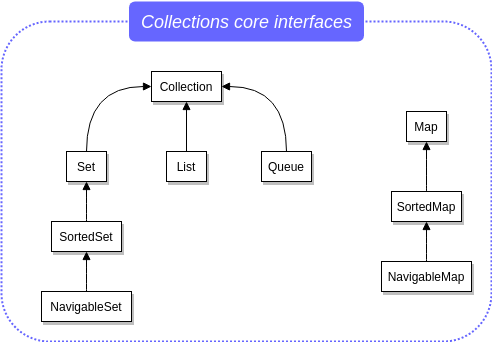
giuseppeiacono/OCP-Java-SE-8 keeps this draw.io diagram as generics_and_collections/readme_resources/collections-core-interfaces.png. Above is the earlier version. Source tidied: cells renumbered, new cells last; positions are measured from the earlier drawing's top-left corner, leaving out a move shared by most shapes. Its diagram source:
```xml
<mxGraphModel>
  <root>
    <mxCell id="0" />
    <mxCell id="1" parent="0" />
    <mxCell id="2" style="rounded=1;whiteSpace=wrap;html=1;shadow=0;fontSize=22;dashed=1;dashPattern=1 1;strokeColor=#6666FF;strokeWidth=2;" parent="1" vertex="1">
      <mxGeometry y="20" width="490" height="320" as="geometry" />
    </mxCell>
    <mxCell id="3" value="Collection" style="rounded=0;whiteSpace=wrap;html=1;shadow=1;" parent="1" vertex="1">
      <mxGeometry x="150" y="70" width="70" height="30" as="geometry" />
    </mxCell>
    <mxCell id="4" style="edgeStyle=orthogonalEdgeStyle;rounded=0;jettySize=auto;html=1;entryX=0.5;entryY=1;entryDx=0;entryDy=0;endArrow=block;endFill=1;fontSize=26;" parent="1" edge="1" source="5" target="3">
      <mxGeometry relative="1" as="geometry" />
    </mxCell>
    <mxCell id="5" value="List" style="rounded=0;whiteSpace=wrap;html=1;shadow=1;" parent="1" vertex="1">
      <mxGeometry x="165" y="150" width="40" height="30" as="geometry" />
    </mxCell>
    <mxCell id="6" style="edgeStyle=orthogonalEdgeStyle;jettySize=auto;html=1;entryX=1;entryY=0.5;entryDx=0;entryDy=0;fontSize=26;exitX=0.5;exitY=0;exitDx=0;exitDy=0;endArrow=block;endFill=1;curved=1;" parent="1" edge="1" source="7" target="3">
      <mxGeometry relative="1" as="geometry" />
    </mxCell>
    <mxCell id="7" value="Queue" style="rounded=0;whiteSpace=wrap;html=1;shadow=1;" parent="1" vertex="1">
      <mxGeometry x="260" y="150" width="50" height="30" as="geometry" />
    </mxCell>
    <mxCell id="8" value="Map" style="rounded=0;whiteSpace=wrap;html=1;shadow=1;" parent="1" vertex="1">
      <mxGeometry x="405" y="110" width="40" height="30" as="geometry" />
    </mxCell>
    <mxCell id="9" style="edgeStyle=orthogonalEdgeStyle;jettySize=auto;html=1;entryX=0;entryY=0.5;entryDx=0;entryDy=0;endArrow=block;endFill=1;fontSize=26;exitX=0.5;exitY=0;exitDx=0;exitDy=0;curved=1;" parent="1" edge="1" source="10" target="3">
      <mxGeometry relative="1" as="geometry" />
    </mxCell>
    <mxCell id="10" value="Set" style="rounded=0;whiteSpace=wrap;html=1;shadow=1;" parent="1" vertex="1">
      <mxGeometry x="65" y="150" width="40" height="30" as="geometry" />
    </mxCell>
    <mxCell id="11" style="edgeStyle=orthogonalEdgeStyle;curved=1;jettySize=auto;html=1;entryX=0.5;entryY=1;entryDx=0;entryDy=0;endArrow=block;endFill=1;fontSize=26;" parent="1" edge="1" source="12" target="18">
      <mxGeometry relative="1" as="geometry" />
    </mxCell>
    <mxCell id="12" value="NavigableSet" style="rounded=0;whiteSpace=wrap;html=1;shadow=1;" parent="1" vertex="1">
      <mxGeometry x="40" y="290" width="90" height="30" as="geometry" />
    </mxCell>
    <mxCell id="13" style="edgeStyle=orthogonalEdgeStyle;curved=1;jettySize=auto;html=1;entryX=0.5;entryY=1;entryDx=0;entryDy=0;endArrow=block;endFill=1;fontSize=26;" parent="1" edge="1" source="14" target="16">
      <mxGeometry relative="1" as="geometry" />
    </mxCell>
    <mxCell id="14" value="NavigableMap" style="rounded=0;whiteSpace=wrap;html=1;shadow=1;" parent="1" vertex="1">
      <mxGeometry x="380" y="260" width="90" height="30" as="geometry" />
    </mxCell>
    <mxCell id="15" style="edgeStyle=orthogonalEdgeStyle;curved=1;jettySize=auto;html=1;entryX=0.5;entryY=1;entryDx=0;entryDy=0;endArrow=block;endFill=1;fontSize=26;" parent="1" edge="1" source="16" target="8">
      <mxGeometry relative="1" as="geometry" />
    </mxCell>
    <mxCell id="16" value="SortedMap" style="rounded=0;whiteSpace=wrap;html=1;shadow=1;" parent="1" vertex="1">
      <mxGeometry x="390" y="190" width="70" height="30" as="geometry" />
    </mxCell>
    <mxCell id="17" style="edgeStyle=orthogonalEdgeStyle;curved=1;jettySize=auto;html=1;entryX=0.5;entryY=1;entryDx=0;entryDy=0;endArrow=block;endFill=1;fontSize=26;" parent="1" edge="1" source="18" target="10">
      <mxGeometry relative="1" as="geometry" />
    </mxCell>
    <mxCell id="18" value="SortedSet" style="rounded=0;whiteSpace=wrap;html=1;shadow=1;" parent="1" vertex="1">
      <mxGeometry x="50" y="220" width="70" height="30" as="geometry" />
    </mxCell>
    <mxCell id="19" value="&lt;div&gt;&lt;span style=&quot;color: rgb(255 , 255 , 255) ; font-style: italic ; font-weight: 400 ; letter-spacing: normal ; text-indent: 0px ; text-transform: none ; word-spacing: 0px ; float: none ; display: inline&quot;&gt;&lt;font style=&quot;font-size: 18px&quot;&gt;&amp;nbsp;Collections core interfaces&amp;nbsp;&lt;/font&gt;&lt;/span&gt;&lt;/div&gt;" style="rounded=1;whiteSpace=wrap;html=1;shadow=0;dashed=1;dashPattern=1 1;labelBackgroundColor=none;strokeColor=none;strokeWidth=2;fillColor=#6666FF;fontFamily=Helvetica;fontSize=19;fontColor=#FFFFFF;verticalAlign=middle;align=center;" parent="1" vertex="1">
      <mxGeometry x="127.5" width="235" height="40" as="geometry" />
    </mxCell>
  </root>
</mxGraphModel>
```
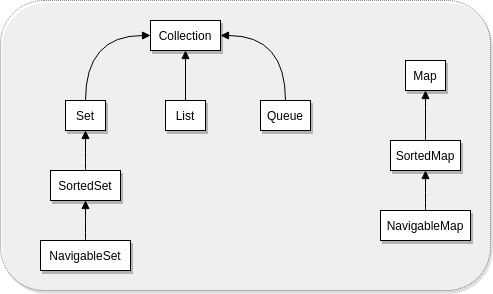
After the change.

The edit, as a diff of the source:
```diff
@@ -2,8 +2,8 @@
   <root>
     <mxCell id="0" />
     <mxCell id="1" parent="0" />
-    <mxCell id="2" style="rounded=1;whiteSpace=wrap;html=1;shadow=0;fontSize=22;dashed=1;dashPattern=1 1;strokeColor=#6666FF;strokeWidth=2;" parent="1" vertex="1">
-      <mxGeometry y="20" width="490" height="320" as="geometry" />
+    <mxCell id="2" style="rounded=1;whiteSpace=wrap;html=1;shadow=1;fontSize=22;dashed=1;dashPattern=1 1;strokeColor=#000000;strokeWidth=1;opacity=50;" parent="1" vertex="1">
+      <mxGeometry y="50" width="490" height="290" as="geometry" />
     </mxCell>
     <mxCell id="3" value="Collection" style="rounded=0;whiteSpace=wrap;html=1;shadow=1;" parent="1" vertex="1">
       <mxGeometry x="150" y="70" width="70" height="30" as="geometry" />
@@ -53,8 +53,5 @@
     <mxCell id="18" value="SortedSet" style="rounded=0;whiteSpace=wrap;html=1;shadow=1;" parent="1" vertex="1">
       <mxGeometry x="50" y="220" width="70" height="30" as="geometry" />
     </mxCell>
-    <mxCell id="19" value="&lt;div&gt;&lt;span style=&quot;color: rgb(255 , 255 , 255) ; font-style: italic ; font-weight: 400 ; letter-spacing: normal ; text-indent: 0px ; text-transform: none ; word-spacing: 0px ; float: none ; display: inline&quot;&gt;&lt;font style=&quot;font-size: 18px&quot;&gt;&amp;nbsp;Collections core interfaces&amp;nbsp;&lt;/font&gt;&lt;/span&gt;&lt;/div&gt;" style="rounded=1;whiteSpace=wrap;html=1;shadow=0;dashed=1;dashPattern=1 1;labelBackgroundColor=none;strokeColor=none;strokeWidth=2;fillColor=#6666FF;fontFamily=Helvetica;fontSize=19;fontColor=#FFFFFF;verticalAlign=middle;align=center;" parent="1" vertex="1">
-      <mxGeometry x="127.5" width="235" height="40" as="geometry" />
-    </mxCell>
   </root>
 </mxGraphModel>
```
